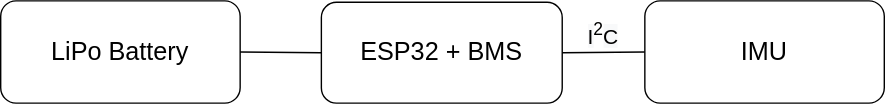
metisvela/sailtrack-imu keeps this draw.io diagram as hardware/Connection Diagram.svg. Above is the earlier version. Source tidied: cells renumbered, new cells last; positions are measured from the earlier drawing's top-left corner, leaving out a move shared by most shapes. The source it was exported from:
```xml
<mxGraphModel>
  <root>
    <mxCell id="0" />
    <mxCell id="1" parent="0" />
    <mxCell id="2" value="&lt;font style=&quot;font-size: 18px&quot;&gt;ESP32 + BMS&lt;/font&gt;" style="rounded=1;whiteSpace=wrap;html=1;" parent="1" vertex="1">
      <mxGeometry x="229" y="1" width="172" height="72" as="geometry" />
    </mxCell>
    <mxCell id="3" value="&lt;font style=&quot;font-size: 18px&quot;&gt;LiPo Battery&lt;/font&gt;" style="rounded=1;whiteSpace=wrap;html=1;" parent="1" vertex="1">
      <mxGeometry width="171" height="73" as="geometry" />
    </mxCell>
    <mxCell id="4" value="&lt;font style=&quot;font-size: 18px&quot;&gt;IMU&lt;br&gt;&lt;/font&gt;" style="rounded=1;whiteSpace=wrap;html=1;" parent="1" vertex="1">
      <mxGeometry x="460" width="171" height="73" as="geometry" />
    </mxCell>
    <mxCell id="5" style="endArrow=none;html=1;exitX=1;exitY=0.5;exitDx=0;exitDy=0;entryX=0;entryY=0.5;entryDx=0;entryDy=0;" parent="1" edge="1" source="3" target="2">
      <mxGeometry relative="1" as="geometry" />
    </mxCell>
    <mxCell id="6" style="endArrow=none;html=1;entryX=1;entryY=0.5;entryDx=0;entryDy=0;exitX=0;exitY=0.5;exitDx=0;exitDy=0;" parent="1" edge="1" source="4" target="2">
      <mxGeometry relative="1" as="geometry" />
    </mxCell>
    <mxCell id="7" value="&lt;font style=&quot;font-size: 15px;&quot;&gt;&lt;span style=&quot;text-align: left; background-color: rgb(248, 249, 250);&quot;&gt;I&lt;/span&gt;&lt;sup style=&quot;text-align: left;&quot;&gt;2&lt;/sup&gt;&lt;span style=&quot;text-align: left; background-color: rgb(248, 249, 250);&quot;&gt;C&lt;/span&gt;&lt;/font&gt;" style="edgeLabel;html=1;align=center;verticalAlign=bottom;" parent="6" vertex="1">
      <mxGeometry x="-0.1" relative="1" as="geometry">
        <mxPoint x="-5" y="-1" as="offset" />
      </mxGeometry>
    </mxCell>
    <mxCell id="8" style="edgeStyle=orthogonalEdgeStyle;rounded=0;orthogonalLoop=1;jettySize=auto;html=1;exitX=0.5;exitY=1;exitDx=0;exitDy=0;" parent="1" edge="1">
      <mxGeometry relative="1" as="geometry">
        <mxPoint x="144" y="31" as="sourcePoint" />
        <mxPoint x="144" y="31" as="targetPoint" />
      </mxGeometry>
    </mxCell>
  </root>
</mxGraphModel>
```
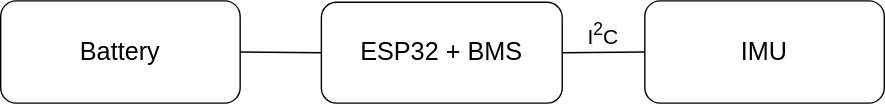
After the change.

Diff of the diagram source:
```diff
@@ -5,7 +5,7 @@
     <mxCell id="2" value="&lt;font style=&quot;font-size: 18px&quot;&gt;ESP32 + BMS&lt;/font&gt;" style="rounded=1;whiteSpace=wrap;html=1;" parent="1" vertex="1">
       <mxGeometry x="229" y="1" width="172" height="72" as="geometry" />
     </mxCell>
-    <mxCell id="3" value="&lt;font style=&quot;font-size: 18px&quot;&gt;LiPo Battery&lt;/font&gt;" style="rounded=1;whiteSpace=wrap;html=1;" parent="1" vertex="1">
+    <mxCell id="3" value="&lt;font style=&quot;font-size: 18px&quot;&gt;Battery&lt;/font&gt;" style="rounded=1;whiteSpace=wrap;html=1;" parent="1" vertex="1">
       <mxGeometry width="171" height="73" as="geometry" />
     </mxCell>
     <mxCell id="4" value="&lt;font style=&quot;font-size: 18px&quot;&gt;IMU&lt;br&gt;&lt;/font&gt;" style="rounded=1;whiteSpace=wrap;html=1;" parent="1" vertex="1">
```
